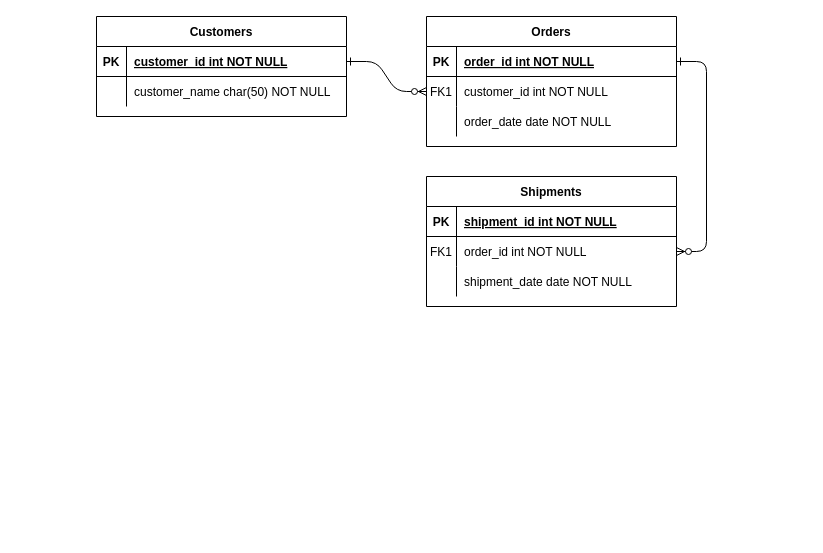
kolson21/about-kim keeps this draw.io diagram as Untitled Diagram.drawio. Above is the earlier version. Source tidied: cells renumbered, new cells numbered last; positions are measured from the earlier drawing's top-left corner, leaving out a move shared by most shapes. Both pictures are drawn from the tidied source at 100%, with x=0, y=0 at pixel (96, 16).
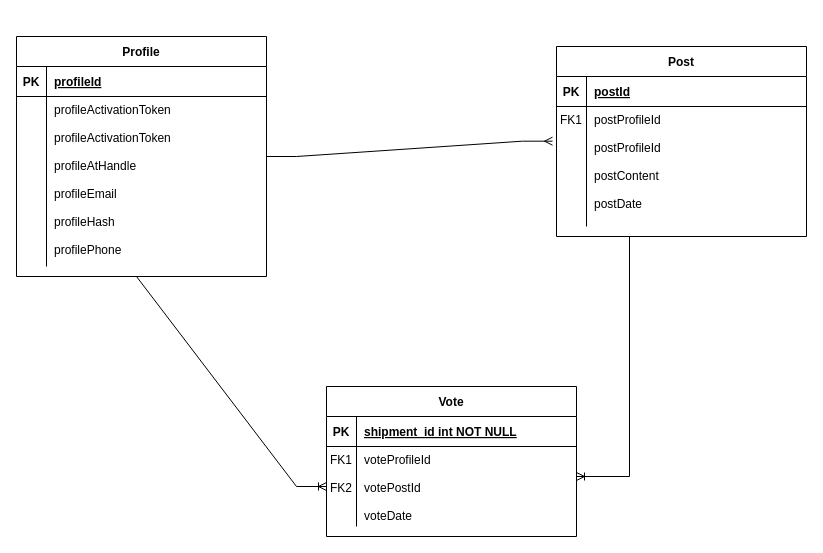
After the change.

Unchanged cells that the change refers to:
```xml
<mxCell id="5" style="shape=partialRectangle;fillColor=none;points=[[0,0.5],[1,0.5]];portConstraint=eastwest;top=0;left=0;right=0;bottom=1;" parent="4" vertex="1">
  <mxGeometry y="30" width="250" height="30" as="geometry" />
</mxCell>
<mxCell id="25" style="shape=partialRectangle;fillColor=none;points=[[0,0.5],[1,0.5]];portConstraint=eastwest;top=0;left=0;right=0;bottom=1;" parent="24" vertex="1">
  <mxGeometry y="30" width="250" height="30" as="geometry" />
</mxCell>
```

Diff of the diagram source:
```diff
@@
-    <mxCell id="2" style="edgeStyle=entityRelationEdgeStyle;endArrow=ERzeroToMany;startArrow=ERone;endFill=1;startFill=0;" parent="1" edge="1" source="25" target="8">
-      <mxGeometry relative="1" as="geometry" />
-    </mxCell>
-    <mxCell id="3" style="edgeStyle=entityRelationEdgeStyle;endArrow=ERzeroToMany;startArrow=ERone;endFill=1;startFill=0;" parent="1" edge="1" source="5" target="18">
-      <mxGeometry relative="1" as="geometry" />
-    </mxCell>
-    <mxCell id="4" value="Orders" style="shape=table;startSize=30;childLayout=tableLayout;rowLines=0;fontStyle=1;align=center;" parent="1" vertex="1">
-      <mxGeometry x="330" width="250" height="130" as="geometry" />
+    <mxCell id="4" value="Post" style="shape=table;startSize=30;childLayout=tableLayout;rowLines=0;fontStyle=1;align=center;" parent="1" vertex="1">
+      <mxGeometry x="460" y="30" width="250" height="190" as="geometry" />
     </mxCell>
@@
-    <mxCell id="7" value="order_id int NOT NULL " style="shape=partialRectangle;overflow=hidden;fillColor=none;top=0;left=0;bottom=0;right=0;align=left;spacingLeft=6;fontStyle=5;" parent="5" vertex="1">
+    <mxCell id="7" value="postId" style="shape=partialRectangle;overflow=hidden;fillColor=none;top=0;left=0;bottom=0;right=0;align=left;spacingLeft=6;fontStyle=5;" parent="5" vertex="1">
       <mxGeometry x="30" width="220" height="30" as="geometry" />
     </mxCell>
     <mxCell id="8" style="shape=partialRectangle;fillColor=none;points=[[0,0.5],[1,0.5]];portConstraint=eastwest;top=0;left=0;right=0;bottom=0;" parent="4" vertex="1">
-      <mxGeometry y="60" width="250" height="30" as="geometry" />
+      <mxGeometry y="60" width="250" height="120" as="geometry" />
     </mxCell>
-    <mxCell id="9" value="FK1" style="shape=partialRectangle;overflow=hidden;fillColor=none;top=0;left=0;bottom=0;right=0;" parent="8" vertex="1">
-      <mxGeometry width="30" height="30" as="geometry" />
+    <mxCell id="9" value="FK1" style="shape=partialRectangle;overflow=hidden;fillColor=none;top=0;left=0;bottom=0;right=0;verticalAlign=top;" parent="8" vertex="1">
+      <mxGeometry width="30" height="120" as="geometry" />
     </mxCell>
-    <mxCell id="10" value="customer_id int NOT NULL" style="shape=partialRectangle;overflow=hidden;fillColor=none;top=0;left=0;bottom=0;right=0;align=left;spacingLeft=6;" parent="8" vertex="1">
-      <mxGeometry x="30" width="220" height="30" as="geometry" />
+    <mxCell id="10" value="postProfileId&#10;&#10;postProfileId&#10;&#10;postContent&#10;&#10;postDate" style="shape=partialRectangle;overflow=hidden;fillColor=none;top=0;left=0;bottom=0;right=0;align=left;spacingLeft=6;verticalAlign=top;" parent="8" vertex="1">
+      <mxGeometry x="30" width="220" height="120" as="geometry" />
     </mxCell>
-    <mxCell id="11" style="shape=partialRectangle;fillColor=none;top=0;left=0;right=0;bottom=0;" parent="4" vertex="1">
-      <mxGeometry y="90" width="250" height="30" as="geometry" />
-    </mxCell>
-    <mxCell id="12" style="shape=partialRectangle;overflow=hidden;fillColor=none;top=0;left=0;bottom=0;right=0;" parent="11" vertex="1">
-      <mxGeometry width="30" height="30" as="geometry" />
-    </mxCell>
-    <mxCell id="13" value="order_date date NOT NULL" style="shape=partialRectangle;overflow=hidden;fillColor=none;top=0;left=0;bottom=0;right=0;align=left;spacingLeft=6;" parent="11" vertex="1">
-      <mxGeometry x="30" width="220" height="30" as="geometry" />
-    </mxCell>
-    <mxCell id="14" value="Shipments" style="shape=table;startSize=30;childLayout=tableLayout;rowLines=0;fontStyle=1;align=center;" parent="1" vertex="1">
-      <mxGeometry x="330" y="160" width="250" height="130" as="geometry" />
+    <mxCell id="14" value="Vote" style="shape=table;startSize=30;childLayout=tableLayout;rowLines=0;fontStyle=1;align=center;" parent="1" vertex="1">
+      <mxGeometry x="230" y="370" width="250" height="150" as="geometry" />
     </mxCell>
@@
     <mxCell id="18" style="shape=partialRectangle;fillColor=none;points=[[0,0.5],[1,0.5]];portConstraint=eastwest;top=0;left=0;right=0;bottom=0;" parent="14" vertex="1">
-      <mxGeometry y="60" width="250" height="30" as="geometry" />
+      <mxGeometry y="60" width="250" height="80" as="geometry" />
     </mxCell>
-    <mxCell id="19" value="FK1" style="shape=partialRectangle;overflow=hidden;fillColor=none;top=0;left=0;bottom=0;right=0;" parent="18" vertex="1">
-      <mxGeometry width="30" height="30" as="geometry" />
+    <mxCell id="19" value="FK1&#10;&#10;FK2" style="shape=partialRectangle;overflow=hidden;fillColor=none;top=0;left=0;bottom=0;right=0;verticalAlign=top;" parent="18" vertex="1">
+      <mxGeometry width="30" height="80" as="geometry" />
     </mxCell>
-    <mxCell id="20" value="order_id int NOT NULL" style="shape=partialRectangle;overflow=hidden;fillColor=none;top=0;left=0;bottom=0;right=0;align=left;spacingLeft=6;" parent="18" vertex="1">
-      <mxGeometry x="30" width="220" height="30" as="geometry" />
+    <mxCell id="20" value="voteProfileId&#10;&#10;votePostId&#10;&#10;voteDate" style="shape=partialRectangle;overflow=hidden;fillColor=none;top=0;left=0;bottom=0;right=0;align=left;spacingLeft=6;verticalAlign=top;" parent="18" vertex="1">
+      <mxGeometry x="30" width="220" height="80" as="geometry" />
     </mxCell>
-    <mxCell id="21" style="shape=partialRectangle;fillColor=none;top=0;left=0;right=0;bottom=0;" parent="14" vertex="1">
-      <mxGeometry y="90" width="250" height="30" as="geometry" />
-    </mxCell>
-    <mxCell id="22" style="shape=partialRectangle;overflow=hidden;fillColor=none;top=0;left=0;bottom=0;right=0;" parent="21" vertex="1">
-      <mxGeometry width="30" height="30" as="geometry" />
-    </mxCell>
-    <mxCell id="23" value="shipment_date date NOT NULL" style="shape=partialRectangle;overflow=hidden;fillColor=none;top=0;left=0;bottom=0;right=0;align=left;spacingLeft=6;" parent="21" vertex="1">
-      <mxGeometry x="30" width="220" height="30" as="geometry" />
-    </mxCell>
-    <mxCell id="24" value="Customers" style="shape=table;startSize=30;childLayout=tableLayout;rowLines=0;fontStyle=1;align=center;" parent="1" vertex="1">
-      <mxGeometry width="250" height="100" as="geometry" />
+    <mxCell id="24" value="Profile" style="shape=table;startSize=30;childLayout=tableLayout;rowLines=0;fontStyle=1;align=center;" parent="1" vertex="1">
+      <mxGeometry x="-80" y="20" width="250" height="240" as="geometry" />
     </mxCell>
@@
-    <mxCell id="27" value="customer_id int NOT NULL " style="shape=partialRectangle;overflow=hidden;fillColor=none;top=0;left=0;bottom=0;right=0;align=left;spacingLeft=6;fontStyle=5;" parent="25" vertex="1">
+    <mxCell id="27" value="profileId" style="shape=partialRectangle;overflow=hidden;fillColor=none;top=0;left=0;bottom=0;right=0;align=left;spacingLeft=6;fontStyle=5;" parent="25" vertex="1">
       <mxGeometry x="30" width="220" height="30" as="geometry" />
     </mxCell>
     <mxCell id="28" style="shape=partialRectangle;fillColor=none;top=0;left=0;right=0;bottom=0;" parent="24" vertex="1">
-      <mxGeometry y="60" width="250" height="30" as="geometry" />
+      <mxGeometry y="60" width="250" height="170" as="geometry" />
     </mxCell>
     <mxCell id="29" style="shape=partialRectangle;overflow=hidden;fillColor=none;top=0;left=0;bottom=0;right=0;" parent="28" vertex="1">
-      <mxGeometry width="30" height="30" as="geometry" />
+      <mxGeometry width="30" height="170" as="geometry" />
     </mxCell>
-    <mxCell id="30" value="customer_name char(50) NOT NULL" style="shape=partialRectangle;overflow=hidden;fillColor=none;top=0;left=0;bottom=0;right=0;align=left;spacingLeft=6;" parent="28" vertex="1">
-      <mxGeometry x="30" width="220" height="30" as="geometry" />
+    <mxCell id="30" value="profileActivationToken&#10;&#10;profileActivationToken&#10;&#10;profileAtHandle&#10;&#10;profileEmail&#10;&#10;profileHash&#10;&#10;profilePhone" style="shape=partialRectangle;overflow=hidden;fillColor=none;top=0;left=0;bottom=0;right=0;align=left;spacingLeft=6;verticalAlign=top;" parent="28" vertex="1">
+      <mxGeometry x="30" width="220" height="170" as="geometry" />
     </mxCell>
+    <mxCell id="31" style="edgeStyle=entityRelationEdgeStyle;fontSize=12;html=1;endArrow=ERoneToMany;rounded=0;" parent="1" edge="1">
+      <mxGeometry relative="1" as="geometry">
+        <mxPoint x="10" y="260" as="sourcePoint" />
+        <mxPoint x="230" y="470" as="targetPoint" />
+      </mxGeometry>
+    </mxCell>
+    <mxCell id="32" style="edgeStyle=entityRelationEdgeStyle;fontSize=12;html=1;endArrow=ERmany;rounded=0;entryX=-0.016;entryY=0.289;entryDx=0;entryDy=0;entryPerimeter=0;" parent="1" edge="1" target="8">
+      <mxGeometry relative="1" as="geometry">
+        <mxPoint x="170" y="140" as="sourcePoint" />
+      </mxGeometry>
+    </mxCell>
+    <mxCell id="33" style="edgeStyle=elbowEdgeStyle;fontSize=12;html=1;endArrow=ERoneToMany;rounded=0;exitX=0.5;exitY=1;exitDx=0;exitDy=0;" parent="1" edge="1" source="4">
+      <mxGeometry relative="1" as="geometry">
+        <mxPoint x="480" y="460" as="targetPoint" />
+      </mxGeometry>
+    </mxCell>
```
